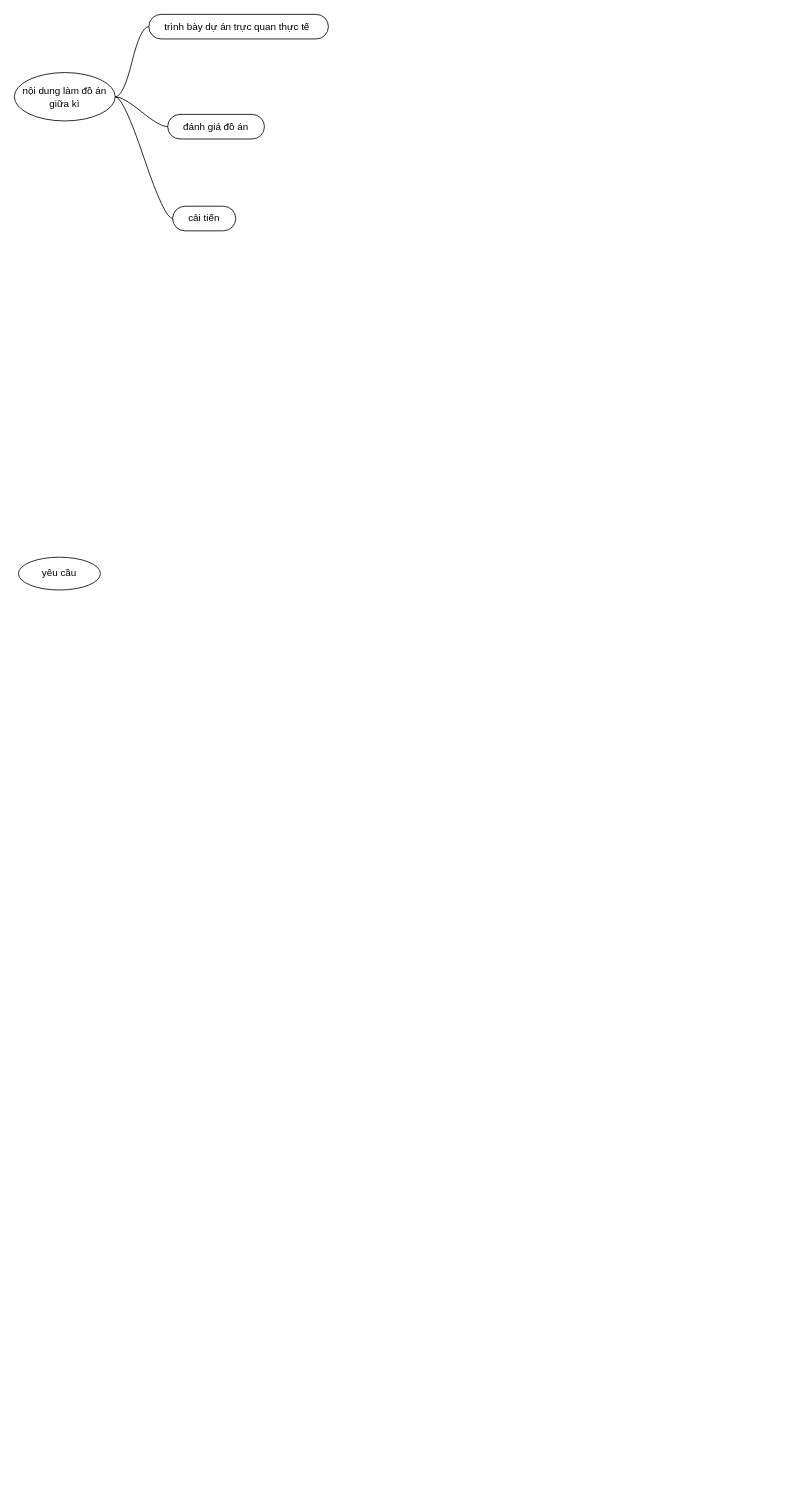
Earlier version of the draw.io diagram page "mind map" (2 of 3) of buoi 1 tqhdl.drawio (trantamhocjava/drawio). Source tidied: cells renumbered, new cells numbered last; positions are measured from the earlier drawing's top-left corner, leaving out a move shared by most shapes. Both pictures are drawn from the tidied source at 82%, with x=0, y=0 at pixel (14, 14).
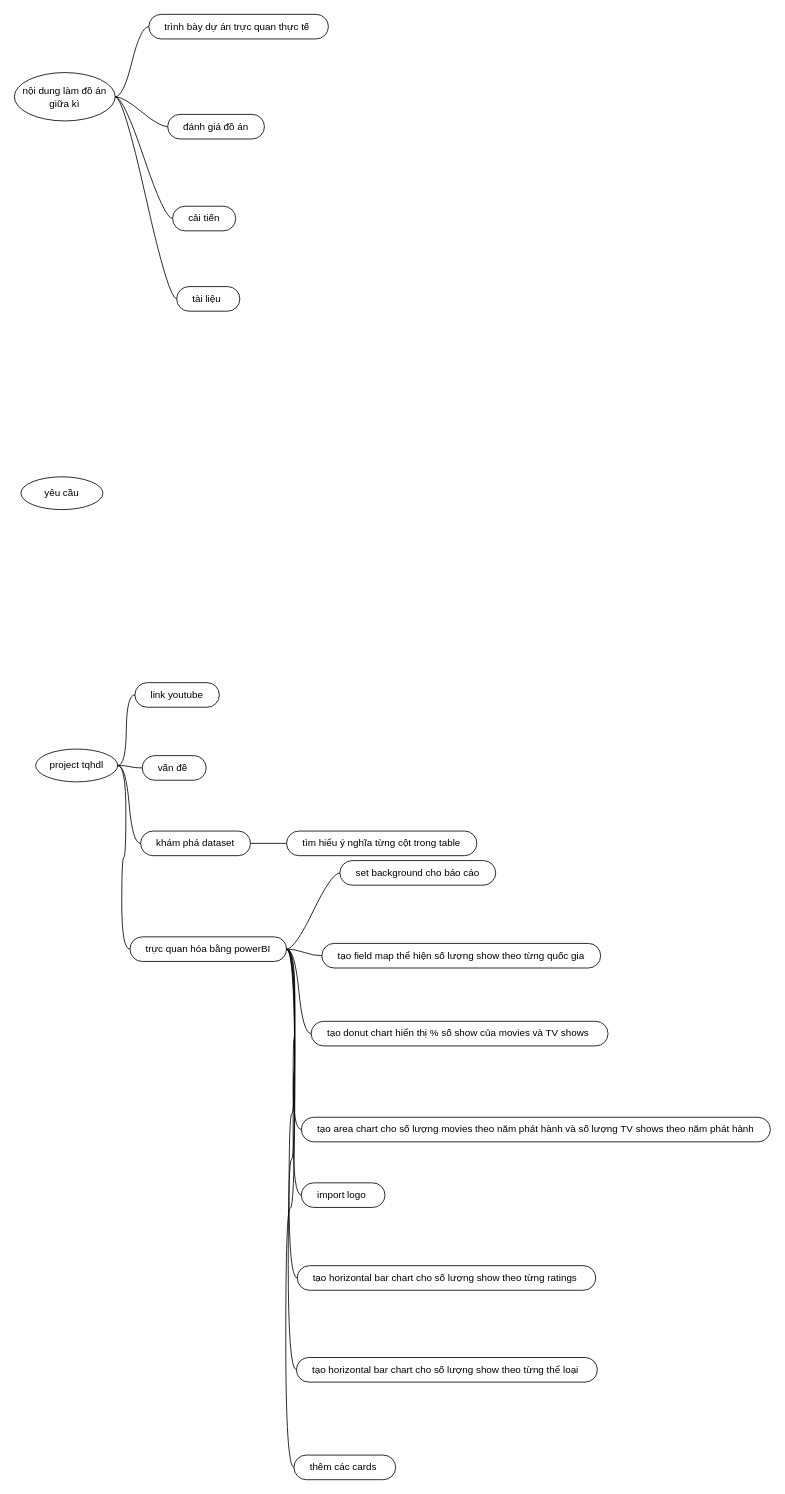
The same diagram, later.

Unchanged cells that the change refers to:
```xml
<mxCell id="2" value="nội dung làm đồ án giữa kì" style="ellipse;whiteSpace=wrap;html=1;align=center;newEdgeStyle={&quot;edgeStyle&quot;:&quot;entityRelationEdgeStyle&quot;,&quot;startArrow&quot;:&quot;none&quot;,&quot;endArrow&quot;:&quot;none&quot;,&quot;segment&quot;:10,&quot;curved&quot;:1,&quot;sourcePerimeterSpacing&quot;:0,&quot;targetPerimeterSpacing&quot;:0};" parent="1" vertex="1">
  <mxGeometry y="71" width="123" height="59" as="geometry" />
</mxCell>
```

What changed in the source:
```diff
@@
     <mxCell id="5" value="yêu cầu" style="ellipse;whiteSpace=wrap;html=1;align=center;newEdgeStyle={&quot;edgeStyle&quot;:&quot;entityRelationEdgeStyle&quot;,&quot;startArrow&quot;:&quot;none&quot;,&quot;endArrow&quot;:&quot;none&quot;,&quot;segment&quot;:10,&quot;curved&quot;:1,&quot;sourcePerimeterSpacing&quot;:0,&quot;targetPerimeterSpacing&quot;:0};" parent="1" vertex="1" collapsed="1">
-      <mxGeometry x="5" y="662" width="100" height="40" as="geometry" />
+      <mxGeometry x="8" y="564" width="100" height="40" as="geometry" />
     </mxCell>
@@
+    <mxCell id="10" value="tài liệu&amp;nbsp;" style="whiteSpace=wrap;html=1;rounded=1;arcSize=50;align=center;verticalAlign=middle;strokeWidth=1;spacing=4;newEdgeStyle={&quot;edgeStyle&quot;:&quot;entityRelationEdgeStyle&quot;,&quot;startArrow&quot;:&quot;none&quot;,&quot;endArrow&quot;:&quot;none&quot;,&quot;segment&quot;:10,&quot;curved&quot;:1,&quot;sourcePerimeterSpacing&quot;:0,&quot;targetPerimeterSpacing&quot;:0};" parent="1" vertex="1" collapsed="1">
+      <mxGeometry x="198" y="332" width="77" height="30" as="geometry" />
+    </mxCell>
+    <mxCell id="11" style="edgeStyle=entityRelationEdgeStyle;startArrow=none;endArrow=none;segment=10;curved=1;sourcePerimeterSpacing=0;targetPerimeterSpacing=0;rounded=0;exitX=1;exitY=0.5;exitDx=0;exitDy=0;" parent="1" edge="1" source="2" target="10">
+      <mxGeometry relative="1" as="geometry" />
+    </mxCell>
+    <mxCell id="12" value="project tqhdl" style="ellipse;whiteSpace=wrap;html=1;align=center;newEdgeStyle={&quot;edgeStyle&quot;:&quot;entityRelationEdgeStyle&quot;,&quot;startArrow&quot;:&quot;none&quot;,&quot;endArrow&quot;:&quot;none&quot;,&quot;segment&quot;:10,&quot;curved&quot;:1,&quot;sourcePerimeterSpacing&quot;:0,&quot;targetPerimeterSpacing&quot;:0};" parent="1" vertex="1">
+      <mxGeometry x="26" y="896" width="100" height="40" as="geometry" />
+    </mxCell>
+    <mxCell id="13" value="link youtube" style="whiteSpace=wrap;html=1;rounded=1;arcSize=50;align=center;verticalAlign=middle;strokeWidth=1;spacing=4;newEdgeStyle={&quot;edgeStyle&quot;:&quot;entityRelationEdgeStyle&quot;,&quot;startArrow&quot;:&quot;none&quot;,&quot;endArrow&quot;:&quot;none&quot;,&quot;segment&quot;:10,&quot;curved&quot;:1,&quot;sourcePerimeterSpacing&quot;:0,&quot;targetPerimeterSpacing&quot;:0};" parent="1" vertex="1" collapsed="1">
+      <mxGeometry x="147" y="815" width="103" height="30" as="geometry" />
+    </mxCell>
+    <mxCell id="14" style="edgeStyle=entityRelationEdgeStyle;startArrow=none;endArrow=none;segment=10;curved=1;sourcePerimeterSpacing=0;targetPerimeterSpacing=0;rounded=0;" parent="1" edge="1" source="12" target="13">
+      <mxGeometry relative="1" as="geometry" />
+    </mxCell>
+    <mxCell id="15" value="vấn đề&amp;nbsp;" style="whiteSpace=wrap;html=1;rounded=1;arcSize=50;align=center;verticalAlign=middle;strokeWidth=1;spacing=4;newEdgeStyle={&quot;edgeStyle&quot;:&quot;entityRelationEdgeStyle&quot;,&quot;startArrow&quot;:&quot;none&quot;,&quot;endArrow&quot;:&quot;none&quot;,&quot;segment&quot;:10,&quot;curved&quot;:1,&quot;sourcePerimeterSpacing&quot;:0,&quot;targetPerimeterSpacing&quot;:0};" parent="1" vertex="1" collapsed="1">
+      <mxGeometry x="156" y="904" width="78" height="30" as="geometry" />
+    </mxCell>
+    <mxCell id="16" style="edgeStyle=entityRelationEdgeStyle;startArrow=none;endArrow=none;segment=10;curved=1;sourcePerimeterSpacing=0;targetPerimeterSpacing=0;rounded=0;exitX=1;exitY=0.5;exitDx=0;exitDy=0;" parent="1" edge="1" source="12" target="15">
+      <mxGeometry relative="1" as="geometry" />
+    </mxCell>
+    <mxCell id="17" value="khám phá dataset" style="whiteSpace=wrap;html=1;rounded=1;arcSize=50;align=center;verticalAlign=middle;strokeWidth=1;spacing=4;newEdgeStyle={&quot;edgeStyle&quot;:&quot;entityRelationEdgeStyle&quot;,&quot;startArrow&quot;:&quot;none&quot;,&quot;endArrow&quot;:&quot;none&quot;,&quot;segment&quot;:10,&quot;curved&quot;:1,&quot;sourcePerimeterSpacing&quot;:0,&quot;targetPerimeterSpacing&quot;:0};" parent="1" vertex="1">
+      <mxGeometry x="154" y="996" width="134" height="30" as="geometry" />
+    </mxCell>
+    <mxCell id="18" style="edgeStyle=entityRelationEdgeStyle;startArrow=none;endArrow=none;segment=10;curved=1;sourcePerimeterSpacing=0;targetPerimeterSpacing=0;rounded=0;exitX=1;exitY=0.5;exitDx=0;exitDy=0;" parent="1" edge="1" source="12" target="17">
+      <mxGeometry relative="1" as="geometry" />
+    </mxCell>
+    <mxCell id="19" value="tìm hiểu ý nghĩa từng cột trong table" style="whiteSpace=wrap;html=1;rounded=1;arcSize=50;align=center;verticalAlign=middle;strokeWidth=1;spacing=4;newEdgeStyle={&quot;edgeStyle&quot;:&quot;entityRelationEdgeStyle&quot;,&quot;startArrow&quot;:&quot;none&quot;,&quot;endArrow&quot;:&quot;none&quot;,&quot;segment&quot;:10,&quot;curved&quot;:1,&quot;sourcePerimeterSpacing&quot;:0,&quot;targetPerimeterSpacing&quot;:0};" parent="1" vertex="1" collapsed="1">
+      <mxGeometry x="332" y="996" width="232" height="30" as="geometry" />
+    </mxCell>
+    <mxCell id="20" style="edgeStyle=entityRelationEdgeStyle;startArrow=none;endArrow=none;segment=10;curved=1;sourcePerimeterSpacing=0;targetPerimeterSpacing=0;rounded=0;exitX=1;exitY=0.5;exitDx=0;exitDy=0;" parent="1" edge="1" source="17" target="19">
+      <mxGeometry relative="1" as="geometry">
+        <Array as="points">
+          <mxPoint x="285" y="1010" />
+        </Array>
+      </mxGeometry>
+    </mxCell>
+    <mxCell id="21" value="trực quan hóa bằng powerBI" style="whiteSpace=wrap;html=1;rounded=1;arcSize=50;align=center;verticalAlign=middle;strokeWidth=1;spacing=4;newEdgeStyle={&quot;edgeStyle&quot;:&quot;entityRelationEdgeStyle&quot;,&quot;startArrow&quot;:&quot;none&quot;,&quot;endArrow&quot;:&quot;none&quot;,&quot;segment&quot;:10,&quot;curved&quot;:1,&quot;sourcePerimeterSpacing&quot;:0,&quot;targetPerimeterSpacing&quot;:0};" parent="1" vertex="1">
+      <mxGeometry x="141" y="1125" width="191" height="30" as="geometry" />
+    </mxCell>
+    <mxCell id="22" style="edgeStyle=entityRelationEdgeStyle;startArrow=none;endArrow=none;segment=10;curved=1;sourcePerimeterSpacing=0;targetPerimeterSpacing=0;rounded=0;exitX=1;exitY=0.5;exitDx=0;exitDy=0;" parent="1" edge="1" source="12" target="21">
+      <mxGeometry relative="1" as="geometry" />
+    </mxCell>
+    <mxCell id="23" value="set background cho báo cáo" style="whiteSpace=wrap;html=1;rounded=1;arcSize=50;align=center;verticalAlign=middle;strokeWidth=1;spacing=4;newEdgeStyle={&quot;edgeStyle&quot;:&quot;entityRelationEdgeStyle&quot;,&quot;startArrow&quot;:&quot;none&quot;,&quot;endArrow&quot;:&quot;none&quot;,&quot;segment&quot;:10,&quot;curved&quot;:1,&quot;sourcePerimeterSpacing&quot;:0,&quot;targetPerimeterSpacing&quot;:0};" parent="1" vertex="1">
+      <mxGeometry x="397" y="1032" width="190" height="30" as="geometry" />
+    </mxCell>
+    <mxCell id="24" style="edgeStyle=entityRelationEdgeStyle;startArrow=none;endArrow=none;segment=10;curved=1;sourcePerimeterSpacing=0;targetPerimeterSpacing=0;rounded=0;exitX=1;exitY=0.5;exitDx=0;exitDy=0;" parent="1" edge="1" source="21" target="23">
+      <mxGeometry relative="1" as="geometry" />
+    </mxCell>
+    <mxCell id="25" value="tạo field map thể hiện số lượng show theo từng quốc gia" style="whiteSpace=wrap;html=1;rounded=1;arcSize=50;align=center;verticalAlign=middle;strokeWidth=1;spacing=4;newEdgeStyle={&quot;edgeStyle&quot;:&quot;entityRelationEdgeStyle&quot;,&quot;startArrow&quot;:&quot;none&quot;,&quot;endArrow&quot;:&quot;none&quot;,&quot;segment&quot;:10,&quot;curved&quot;:1,&quot;sourcePerimeterSpacing&quot;:0,&quot;targetPerimeterSpacing&quot;:0};" parent="1" vertex="1" collapsed="1">
+      <mxGeometry x="375" y="1133" width="340" height="30" as="geometry" />
+    </mxCell>
+    <mxCell id="26" style="edgeStyle=entityRelationEdgeStyle;startArrow=none;endArrow=none;segment=10;curved=1;sourcePerimeterSpacing=0;targetPerimeterSpacing=0;rounded=0;" parent="1" edge="1" source="21" target="25">
+      <mxGeometry relative="1" as="geometry" />
+    </mxCell>
+    <mxCell id="27" value="tạo donut chart hiển thị % số show của movies và TV shows&amp;nbsp;" style="whiteSpace=wrap;html=1;rounded=1;arcSize=50;align=center;verticalAlign=middle;strokeWidth=1;spacing=4;newEdgeStyle={&quot;edgeStyle&quot;:&quot;entityRelationEdgeStyle&quot;,&quot;startArrow&quot;:&quot;none&quot;,&quot;endArrow&quot;:&quot;none&quot;,&quot;segment&quot;:10,&quot;curved&quot;:1,&quot;sourcePerimeterSpacing&quot;:0,&quot;targetPerimeterSpacing&quot;:0};" parent="1" vertex="1" collapsed="1">
+      <mxGeometry x="362" y="1228" width="362" height="30" as="geometry" />
+    </mxCell>
+    <mxCell id="28" style="edgeStyle=entityRelationEdgeStyle;startArrow=none;endArrow=none;segment=10;curved=1;sourcePerimeterSpacing=0;targetPerimeterSpacing=0;rounded=0;exitX=1;exitY=0.5;exitDx=0;exitDy=0;" parent="1" edge="1" source="21" target="27">
+      <mxGeometry relative="1" as="geometry" />
+    </mxCell>
+    <mxCell id="29" value="tạo area chart cho số lượng movies theo năm phát hành và số lượng TV shows theo năm phát hành" style="whiteSpace=wrap;html=1;rounded=1;arcSize=50;align=center;verticalAlign=middle;strokeWidth=1;spacing=4;newEdgeStyle={&quot;edgeStyle&quot;:&quot;entityRelationEdgeStyle&quot;,&quot;startArrow&quot;:&quot;none&quot;,&quot;endArrow&quot;:&quot;none&quot;,&quot;segment&quot;:10,&quot;curved&quot;:1,&quot;sourcePerimeterSpacing&quot;:0,&quot;targetPerimeterSpacing&quot;:0};" parent="1" vertex="1" collapsed="1">
+      <mxGeometry x="350" y="1345" width="572" height="30" as="geometry" />
+    </mxCell>
+    <mxCell id="30" style="edgeStyle=entityRelationEdgeStyle;startArrow=none;endArrow=none;segment=10;curved=1;sourcePerimeterSpacing=0;targetPerimeterSpacing=0;rounded=0;" parent="1" edge="1" source="21" target="29">
+      <mxGeometry relative="1" as="geometry" />
+    </mxCell>
+    <mxCell id="31" value="import logo&amp;nbsp;" style="whiteSpace=wrap;html=1;rounded=1;arcSize=50;align=center;verticalAlign=middle;strokeWidth=1;spacing=4;newEdgeStyle={&quot;edgeStyle&quot;:&quot;entityRelationEdgeStyle&quot;,&quot;startArrow&quot;:&quot;none&quot;,&quot;endArrow&quot;:&quot;none&quot;,&quot;segment&quot;:10,&quot;curved&quot;:1,&quot;sourcePerimeterSpacing&quot;:0,&quot;targetPerimeterSpacing&quot;:0};" parent="1" vertex="1" collapsed="1">
+      <mxGeometry x="350" y="1425" width="102" height="30" as="geometry" />
+    </mxCell>
+    <mxCell id="32" style="edgeStyle=entityRelationEdgeStyle;startArrow=none;endArrow=none;segment=10;curved=1;sourcePerimeterSpacing=0;targetPerimeterSpacing=0;rounded=0;exitX=1;exitY=0.5;exitDx=0;exitDy=0;" parent="1" edge="1" source="21" target="31">
+      <mxGeometry relative="1" as="geometry" />
+    </mxCell>
+    <mxCell id="33" value="tạo horizontal bar chart cho số lượng show theo từng ratings&amp;nbsp;" style="whiteSpace=wrap;html=1;rounded=1;arcSize=50;align=center;verticalAlign=middle;strokeWidth=1;spacing=4;newEdgeStyle={&quot;edgeStyle&quot;:&quot;entityRelationEdgeStyle&quot;,&quot;startArrow&quot;:&quot;none&quot;,&quot;endArrow&quot;:&quot;none&quot;,&quot;segment&quot;:10,&quot;curved&quot;:1,&quot;sourcePerimeterSpacing&quot;:0,&quot;targetPerimeterSpacing&quot;:0};" parent="1" vertex="1" collapsed="1">
+      <mxGeometry x="345" y="1526" width="364" height="30" as="geometry" />
+    </mxCell>
+    <mxCell id="34" style="edgeStyle=entityRelationEdgeStyle;startArrow=none;endArrow=none;segment=10;curved=1;sourcePerimeterSpacing=0;targetPerimeterSpacing=0;rounded=0;exitX=1;exitY=0.5;exitDx=0;exitDy=0;" parent="1" edge="1" source="21" target="33">
+      <mxGeometry relative="1" as="geometry" />
+    </mxCell>
+    <mxCell id="35" value="tạo horizontal bar chart cho số lượng show theo từng thể loại&amp;nbsp;" style="whiteSpace=wrap;html=1;rounded=1;arcSize=50;align=center;verticalAlign=middle;strokeWidth=1;spacing=4;newEdgeStyle={&quot;edgeStyle&quot;:&quot;entityRelationEdgeStyle&quot;,&quot;startArrow&quot;:&quot;none&quot;,&quot;endArrow&quot;:&quot;none&quot;,&quot;segment&quot;:10,&quot;curved&quot;:1,&quot;sourcePerimeterSpacing&quot;:0,&quot;targetPerimeterSpacing&quot;:0};" parent="1" vertex="1" collapsed="1">
+      <mxGeometry x="344" y="1638" width="367" height="30" as="geometry" />
+    </mxCell>
+    <mxCell id="36" style="edgeStyle=entityRelationEdgeStyle;startArrow=none;endArrow=none;segment=10;curved=1;sourcePerimeterSpacing=0;targetPerimeterSpacing=0;rounded=0;exitX=1;exitY=0.5;exitDx=0;exitDy=0;" parent="1" edge="1" source="21" target="35">
+      <mxGeometry relative="1" as="geometry">
+        <Array as="points">
+          <mxPoint x="297" y="1603" />
+          <mxPoint x="340" y="1474" />
+          <mxPoint x="349" y="1635" />
+        </Array>
+      </mxGeometry>
+    </mxCell>
+    <mxCell id="37" value="thêm các cards&amp;nbsp;" style="whiteSpace=wrap;html=1;rounded=1;arcSize=50;align=center;verticalAlign=middle;strokeWidth=1;spacing=4;newEdgeStyle={&quot;edgeStyle&quot;:&quot;entityRelationEdgeStyle&quot;,&quot;startArrow&quot;:&quot;none&quot;,&quot;endArrow&quot;:&quot;none&quot;,&quot;segment&quot;:10,&quot;curved&quot;:1,&quot;sourcePerimeterSpacing&quot;:0,&quot;targetPerimeterSpacing&quot;:0};" parent="1" vertex="1" collapsed="1">
+      <mxGeometry x="341" y="1757" width="124" height="30" as="geometry" />
+    </mxCell>
+    <mxCell id="38" style="edgeStyle=entityRelationEdgeStyle;startArrow=none;endArrow=none;segment=10;curved=1;sourcePerimeterSpacing=0;targetPerimeterSpacing=0;rounded=0;exitX=1;exitY=0.5;exitDx=0;exitDy=0;" parent="1" edge="1" source="21" target="37">
+      <mxGeometry relative="1" as="geometry" />
+    </mxCell>
```
